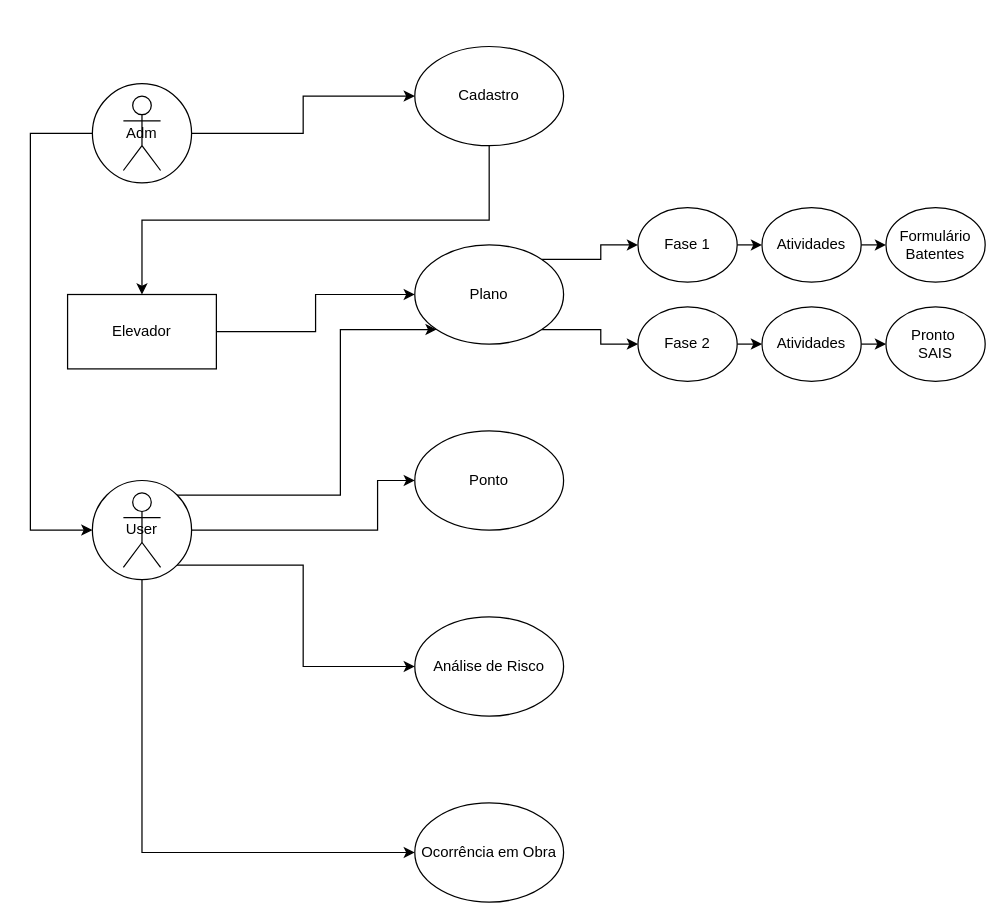
DanielMedeirosBr/danielmedeirosbr.github.io keeps this draw.io diagram as Front.drawio. Above is the earlier version. Source tidied: cells renumbered, new cells numbered last; positions are measured from the earlier drawing's top-left corner, leaving out a move shared by most shapes. Both pictures are drawn from the tidied source at 124%, with x=0, y=0 at pixel (30, 46).
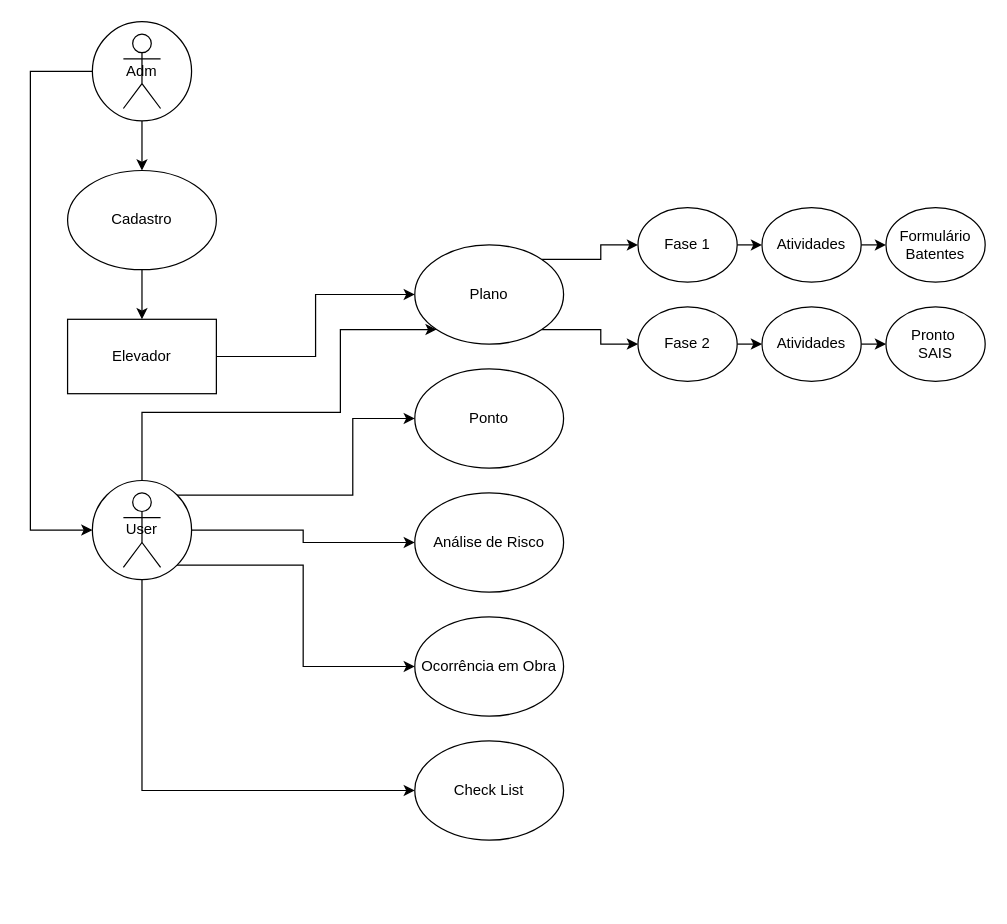
After the change.

Unchanged cells that the change refers to:
```xml
<mxCell id="6" value="User" style="ellipse;whiteSpace=wrap;html=1;" parent="1" vertex="1">
  <mxGeometry x="50" y="350" width="80" height="80" as="geometry" />
</mxCell>
<mxCell id="21" value="Plano" style="ellipse;whiteSpace=wrap;html=1;" parent="1" vertex="1">
  <mxGeometry x="310" y="160" width="120" height="80" as="geometry" />
</mxCell>
```

Diff of the diagram source:
```diff
@@
-    <mxCell id="2" style="edgeStyle=orthogonalEdgeStyle;rounded=0;jettySize=auto;html=1;exitX=1;exitY=0;exitDx=0;exitDy=0;entryX=0;entryY=1;entryDx=0;entryDy=0;" parent="1" edge="1" source="6" target="21">
+    <mxCell id="2" style="edgeStyle=orthogonalEdgeStyle;rounded=0;jettySize=auto;html=1;exitX=0.5;exitY=0;exitDx=0;exitDy=0;entryX=0;entryY=1;entryDx=0;entryDy=0;" parent="1" edge="1" source="6" target="21">
       <mxGeometry relative="1" as="geometry">
         <Array as="points">
-          <mxPoint x="250" y="362" />
+          <mxPoint x="90" y="295" />
+          <mxPoint x="250" y="295" />
           <mxPoint x="250" y="228" />
         </Array>
       </mxGeometry>
     </mxCell>
-    <mxCell id="3" style="edgeStyle=orthogonalEdgeStyle;rounded=0;jettySize=auto;html=1;exitX=1;exitY=0.5;exitDx=0;exitDy=0;entryX=0;entryY=0.5;entryDx=0;entryDy=0;" parent="1" edge="1" source="6" target="14">
+    <mxCell id="3" style="edgeStyle=orthogonalEdgeStyle;rounded=0;jettySize=auto;html=1;exitX=1;exitY=0;exitDx=0;exitDy=0;entryX=0;entryY=0.5;entryDx=0;entryDy=0;" parent="1" edge="1" source="6" target="14">
       <mxGeometry relative="1" as="geometry">
         <Array as="points">
-          <mxPoint x="280" y="390" />
-          <mxPoint x="280" y="350" />
+          <mxPoint x="260" y="362" />
+          <mxPoint x="260" y="300" />
         </Array>
       </mxGeometry>
     </mxCell>
-    <mxCell id="4" style="edgeStyle=orthogonalEdgeStyle;rounded=0;jettySize=auto;html=1;exitX=1;exitY=1;exitDx=0;exitDy=0;entryX=0;entryY=0.5;entryDx=0;entryDy=0;" parent="1" edge="1" source="6" target="16">
+    <mxCell id="4" style="edgeStyle=orthogonalEdgeStyle;rounded=0;jettySize=auto;html=1;exitX=1;exitY=0.5;exitDx=0;exitDy=0;entryX=0;entryY=0.5;entryDx=0;entryDy=0;" parent="1" edge="1" source="6" target="16">
       <mxGeometry relative="1" as="geometry" />
     </mxCell>
-    <mxCell id="5" style="edgeStyle=orthogonalEdgeStyle;rounded=0;jettySize=auto;html=1;exitX=0.5;exitY=1;exitDx=0;exitDy=0;entryX=0;entryY=0.5;entryDx=0;entryDy=0;" parent="1" edge="1" source="6" target="15">
+    <mxCell id="5" style="edgeStyle=orthogonalEdgeStyle;rounded=0;jettySize=auto;html=1;exitX=1;exitY=1;exitDx=0;exitDy=0;entryX=0;entryY=0.5;entryDx=0;entryDy=0;" parent="1" edge="1" source="6" target="15">
       <mxGeometry relative="1" as="geometry" />
     </mxCell>
+    <mxCell id="32" style="edgeStyle=orthogonalEdgeStyle;rounded=0;jettySize=auto;html=1;exitX=0.5;exitY=1;exitDx=0;exitDy=0;entryX=0;entryY=0.5;entryDx=0;entryDy=0;" parent="1" edge="1" source="6" target="33">
+      <mxGeometry relative="1" as="geometry" />
+    </mxCell>
@@
+    <mxCell id="8" style="edgeStyle=orthogonalEdgeStyle;rounded=0;jettySize=auto;html=1;exitX=0;exitY=0.5;exitDx=0;exitDy=0;entryX=0;entryY=0.5;entryDx=0;entryDy=0;" parent="1" edge="1" source="9" target="6">
+      <mxGeometry relative="1" as="geometry">
+        <Array as="points">
+          <mxPoint y="20" />
+          <mxPoint y="390" />
+        </Array>
+      </mxGeometry>
+    </mxCell>
-    <mxCell id="7" style="edgeStyle=orthogonalEdgeStyle;rounded=0;jettySize=auto;html=1;exitX=1;exitY=0.5;exitDx=0;exitDy=0;entryX=0;entryY=0.5;entryDx=0;entryDy=0;" parent="1" edge="1" source="9" target="18">
+    <mxCell id="7" style="edgeStyle=orthogonalEdgeStyle;rounded=0;jettySize=auto;html=1;exitX=0.5;exitY=1;exitDx=0;exitDy=0;entryX=0.5;entryY=0;entryDx=0;entryDy=0;" parent="1" edge="1" source="9" target="18">
       <mxGeometry relative="1" as="geometry" />
     </mxCell>
-    <mxCell id="8" style="edgeStyle=orthogonalEdgeStyle;rounded=0;jettySize=auto;html=1;exitX=0;exitY=0.5;exitDx=0;exitDy=0;entryX=0;entryY=0.5;entryDx=0;entryDy=0;" parent="1" edge="1" source="9" target="6">
-      <mxGeometry relative="1" as="geometry">
-        <Array as="points">
-          <mxPoint y="70" />
-          <mxPoint y="390" />
-        </Array>
-      </mxGeometry>
-    </mxCell>
     <mxCell id="9" value="Adm" style="ellipse;whiteSpace=wrap;html=1;" parent="1" vertex="1">
-      <mxGeometry x="50" y="30" width="80" height="80" as="geometry" />
+      <mxGeometry x="50" y="-20" width="80" height="80" as="geometry" />
     </mxCell>
@@
     <mxCell id="11" value="Elevador" style="rounded=0;whiteSpace=wrap;html=1;" parent="1" vertex="1">
-      <mxGeometry x="30" y="200" width="120" height="60" as="geometry" />
+      <mxGeometry x="30" y="220" width="120" height="60" as="geometry" />
     </mxCell>
     <mxCell id="12" style="shape=umlActor;verticalLabelPosition=bottom;verticalAlign=top;html=1;" parent="1" vertex="1">
-      <mxGeometry x="75" y="40" width="30" height="60" as="geometry" />
+      <mxGeometry x="75" y="-10" width="30" height="60" as="geometry" />
     </mxCell>
@@
     <mxCell id="14" value="Ponto" style="ellipse;whiteSpace=wrap;html=1;" parent="1" vertex="1">
-      <mxGeometry x="310" y="310" width="120" height="80" as="geometry" />
+      <mxGeometry x="310" y="260" width="120" height="80" as="geometry" />
     </mxCell>
     <mxCell id="15" value="Ocorrência em Obra" style="ellipse;whiteSpace=wrap;html=1;" parent="1" vertex="1">
-      <mxGeometry x="310" y="610" width="120" height="80" as="geometry" />
+      <mxGeometry x="310" y="460" width="120" height="80" as="geometry" />
     </mxCell>
     <mxCell id="16" value="Análise de Risco" style="ellipse;whiteSpace=wrap;html=1;" parent="1" vertex="1">
-      <mxGeometry x="310" y="460" width="120" height="80" as="geometry" />
+      <mxGeometry x="310" y="360" width="120" height="80" as="geometry" />
     </mxCell>
@@
     <mxCell id="18" value="Cadastro" style="ellipse;whiteSpace=wrap;html=1;" parent="1" vertex="1">
-      <mxGeometry x="310" width="120" height="80" as="geometry" />
+      <mxGeometry x="30" y="100" width="120" height="80" as="geometry" />
     </mxCell>
@@
+    <mxCell id="33" value="Check List" style="ellipse;whiteSpace=wrap;html=1;" parent="1" vertex="1">
+      <mxGeometry x="310" y="560" width="120" height="80" as="geometry" />
+    </mxCell>
```
